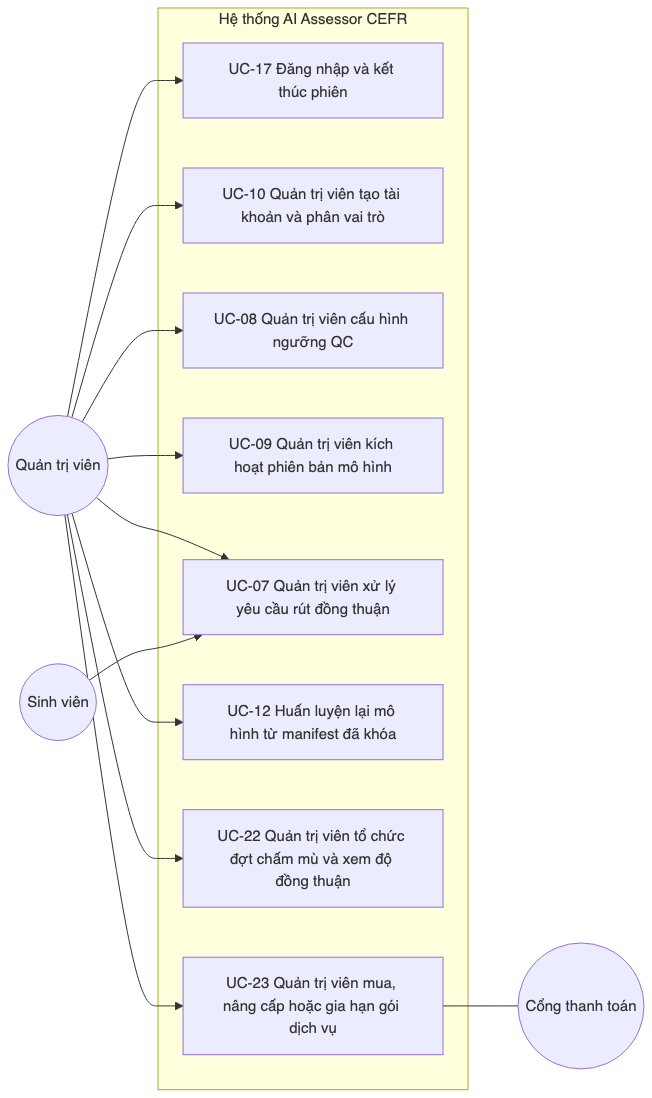
The Mermaid diagram docs/sdd/images/01c_usecase_quantri.png in ThanhSangLouis/ai-assessor-cefr, before a commit. Its source is kept beside it as docs/sdd/diagrams/01c_usecase_quantri.mmd. The source it was exported from:
```mermaid
flowchart LR
    QT(("Quản trị viên"))
    SV(("Sinh viên"))
    CTT(("Cổng thanh toán"))

    subgraph SYS["Hệ thống AI Assessor CEFR"]
        direction TB
        UC17["UC-17 Đăng nhập và kết thúc phiên"]
        UC10["UC-10 Quản trị viên tạo tài khoản và phân vai trò"]
        UC08["UC-08 Quản trị viên cấu hình ngưỡng QC"]
        UC09["UC-09 Quản trị viên kích hoạt phiên bản mô hình"]
        UC07["UC-07 Quản trị viên xử lý yêu cầu rút đồng thuận"]
        UC12["UC-12 Huấn luyện lại mô hình từ manifest đã khóa"]
        UC23["UC-23 Quản trị viên mua, nâng cấp hoặc gia hạn gói dịch vụ"]
    end

    QT --> UC17
    QT --> UC10
    QT --> UC08
    QT --> UC09
    QT --> UC07
    QT --> UC12
    QT --> UC23
    SV --> UC07
    UC23 --- CTT
```
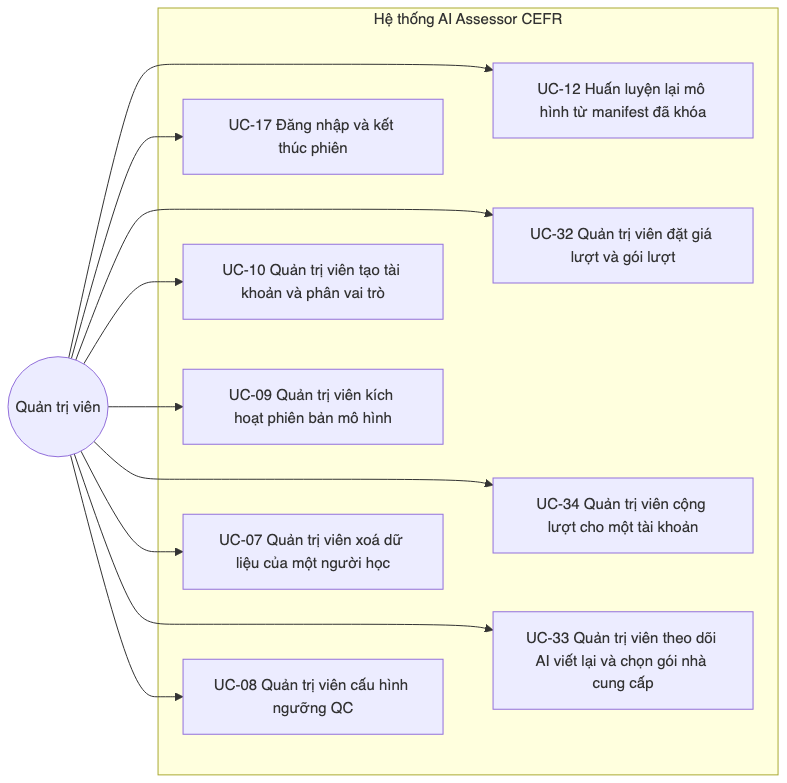
The same diagram one commit later.

The edit, as a diff of the source:
```diff
@@ -1,25 +1,30 @@
 flowchart LR
     QT(("Quản trị viên"))
-    SV(("Sinh viên"))
-    CTT(("Cổng thanh toán"))
 
     subgraph SYS["Hệ thống AI Assessor CEFR"]
         direction TB
         UC17["UC-17 Đăng nhập và kết thúc phiên"]
         UC10["UC-10 Quản trị viên tạo tài khoản và phân vai trò"]
+        UC07["UC-07 Quản trị viên xoá dữ liệu của một người học"]
         UC08["UC-08 Quản trị viên cấu hình ngưỡng QC"]
         UC09["UC-09 Quản trị viên kích hoạt phiên bản mô hình"]
-        UC07["UC-07 Quản trị viên xử lý yêu cầu rút đồng thuận"]
         UC12["UC-12 Huấn luyện lại mô hình từ manifest đã khóa"]
-        UC23["UC-23 Quản trị viên mua, nâng cấp hoặc gia hạn gói dịch vụ"]
+        UC32["UC-32 Quản trị viên đặt giá lượt và gói lượt"]
+        UC34["UC-34 Quản trị viên cộng lượt cho một tài khoản"]
+        UC33["UC-33 Quản trị viên theo dõi AI viết lại và chọn gói nhà cung cấp"]
     end
 
     QT --> UC17
     QT --> UC10
     QT --> UC08
     QT --> UC09
+    QT --> UC12
+    QT --> UC32
+    QT --> UC34
+    QT --> UC33
     QT --> UC07
-    QT --> UC12
-    QT --> UC23
-    SV --> UC07
-    UC23 --- CTT
+
+    UC17 ~~~ UC12
+    UC10 ~~~ UC32
+    UC07 ~~~ UC34
+    UC08 ~~~ UC33
```
